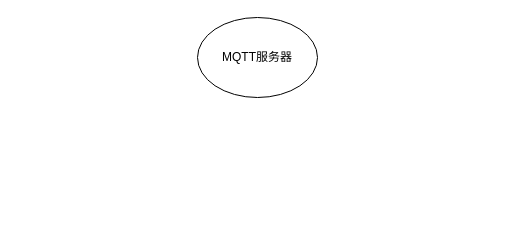
The draw.io diagram 标注工具通知流程.drawio in wangyufei0807/draw, before the edit. Source tidied: cells renumbered, new cells numbered last; positions are measured from the earlier drawing's top-left corner, leaving out a move shared by most shapes. Both pictures are drawn from the tidied source at 100%, with x=0, y=0 at pixel (197, 17).
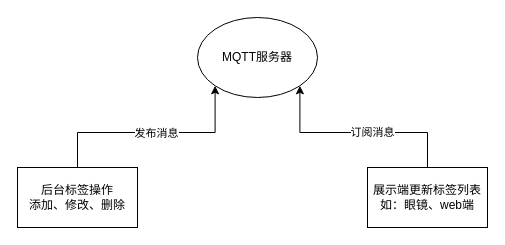
The same page after the edit.

Commit message (it also covers changes not shown here):
更新标注工具通知流程.drawio

Change to the diagram source:
```diff
@@
 <mxGraphModel>
   <root>
     <mxCell id="0" />
     <mxCell id="1" parent="0" />
     <mxCell id="2" value="MQTT服务器" style="ellipse;whiteSpace=wrap;html=1;" parent="1" vertex="1">
       <mxGeometry width="120" height="80" as="geometry" />
     </mxCell>
+    <mxCell id="3" style="edgeStyle=orthogonalEdgeStyle;rounded=0;jettySize=auto;html=1;exitX=0.5;exitY=0;exitDx=0;exitDy=0;entryX=0;entryY=1;entryDx=0;entryDy=0;" parent="1" edge="1" source="5" target="2">
+      <mxGeometry relative="1" as="geometry" />
+    </mxCell>
+    <mxCell id="4" value="发布消息" style="edgeLabel;html=1;align=center;verticalAlign=middle;" parent="3" vertex="1">
+      <mxGeometry x="0.03" relative="1" as="geometry" />
+    </mxCell>
+    <mxCell id="5" value="后台标签操作&lt;br&gt;添加、修改、删除" style="rounded=0;whiteSpace=wrap;html=1;" parent="1" vertex="1">
+      <mxGeometry x="-180" y="150" width="120" height="60" as="geometry" />
+    </mxCell>
+    <mxCell id="6" style="edgeStyle=orthogonalEdgeStyle;rounded=0;jettySize=auto;html=1;exitX=0.5;exitY=0;exitDx=0;exitDy=0;entryX=1;entryY=1;entryDx=0;entryDy=0;" parent="1" edge="1" source="8" target="2">
+      <mxGeometry relative="1" as="geometry" />
+    </mxCell>
+    <mxCell id="7" value="订阅消息" style="edgeLabel;html=1;align=center;verticalAlign=middle;" parent="6" vertex="1">
+      <mxGeometry x="-0.13" y="-1" relative="1" as="geometry" />
+    </mxCell>
+    <mxCell id="8" value="展示端更新标签列表&lt;br&gt;如：眼镜、web端" style="rounded=0;whiteSpace=wrap;html=1;" parent="1" vertex="1">
+      <mxGeometry x="170" y="150" width="120" height="60" as="geometry" />
+    </mxCell>
   </root>
 </mxGraphModel>
```
